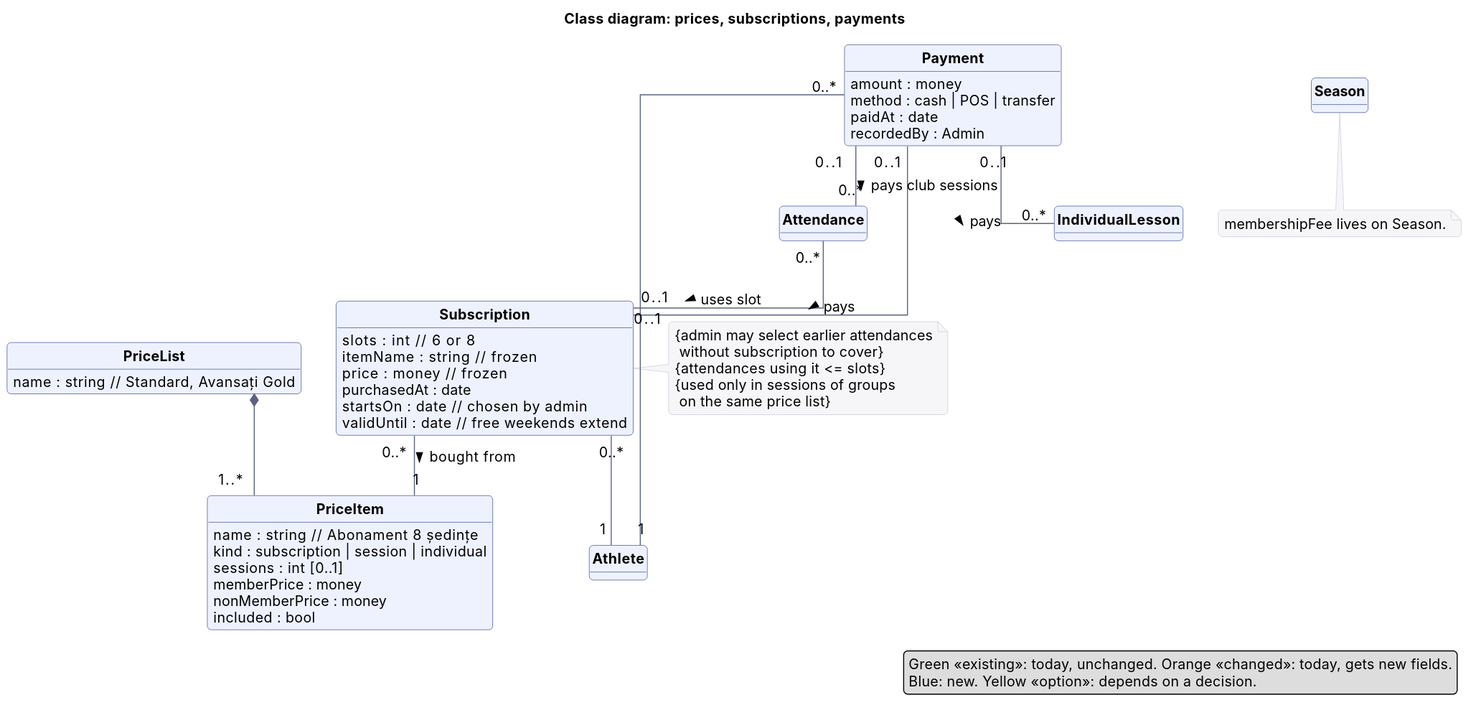
Above: docs/architecture/diagrams/03c-class-money.svg in codrin-postu/edusport_backend (PlantUML), before the change. Source of this version:
```plantuml
@startuml
!include _style.iuml
title Class diagram: prices, subscriptions, payments
hide circle

class PriceList {
  name : string  // Standard, Avansați Gold
}
class PriceItem {
  name : string  // Abonament 8 ședințe
  kind : subscription | session | individual
  sessions : int [0..1]
  memberPrice : money
  nonMemberPrice : money
  included : bool
}
class Subscription {
  slots : int  // 6 or 8
  itemName : string  // frozen
  price : money  // frozen
  purchasedAt : date
  startsOn : date  // chosen by admin
  validUntil : date  // free weekends extend
}
class Payment {
  amount : money
  method : cash | POS | transfer
  paidAt : date
  recordedBy : Admin
}
class Athlete
class Attendance
class IndividualLesson
class Season

PriceList *-- "1..*" PriceItem
Subscription "0..*" -- "1" Athlete
Subscription "0..*" -- "1" PriceItem : bought from >
Attendance "0..*" -- "0..1" Subscription : uses slot >
Payment "0..*" -- "1" Athlete
Payment "0..1" -- "0..1" Subscription : pays >
Payment "0..1" -- "0..*" Attendance : pays club sessions >
Payment "0..1" -- "0..*" IndividualLesson : pays >

note right of Subscription
  {admin may select earlier attendances
   without subscription to cover}
  {attendances using it <= slots}
  {used only in sessions of groups
   on the same price list}
end note
note bottom of Season
  membershipFee lives on Season.
end note
legend bottom right
  Green «existing»: today, unchanged. Orange «changed»: today, gets new fields.
  Blue: new. Yellow «option»: depends on a decision.
endlegend
@enduml
```
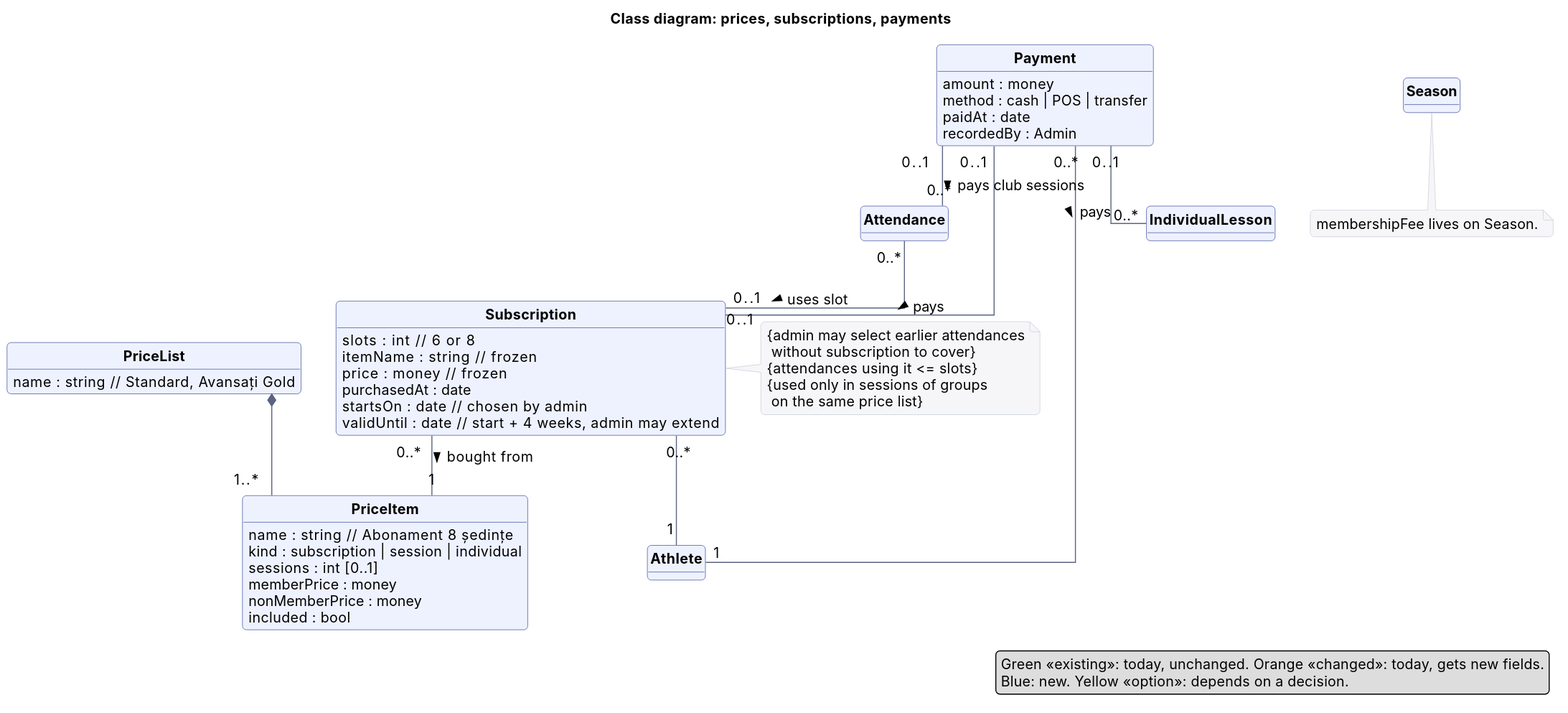
After the change.

Diff of the diagram source:
```diff
@@ -20,7 +20,7 @@
   price : money  // frozen
   purchasedAt : date
   startsOn : date  // chosen by admin
-  validUntil : date  // free weekends extend
+  validUntil : date  // start + 4 weeks, admin may extend
 }
 class Payment {
   amount : money
```
